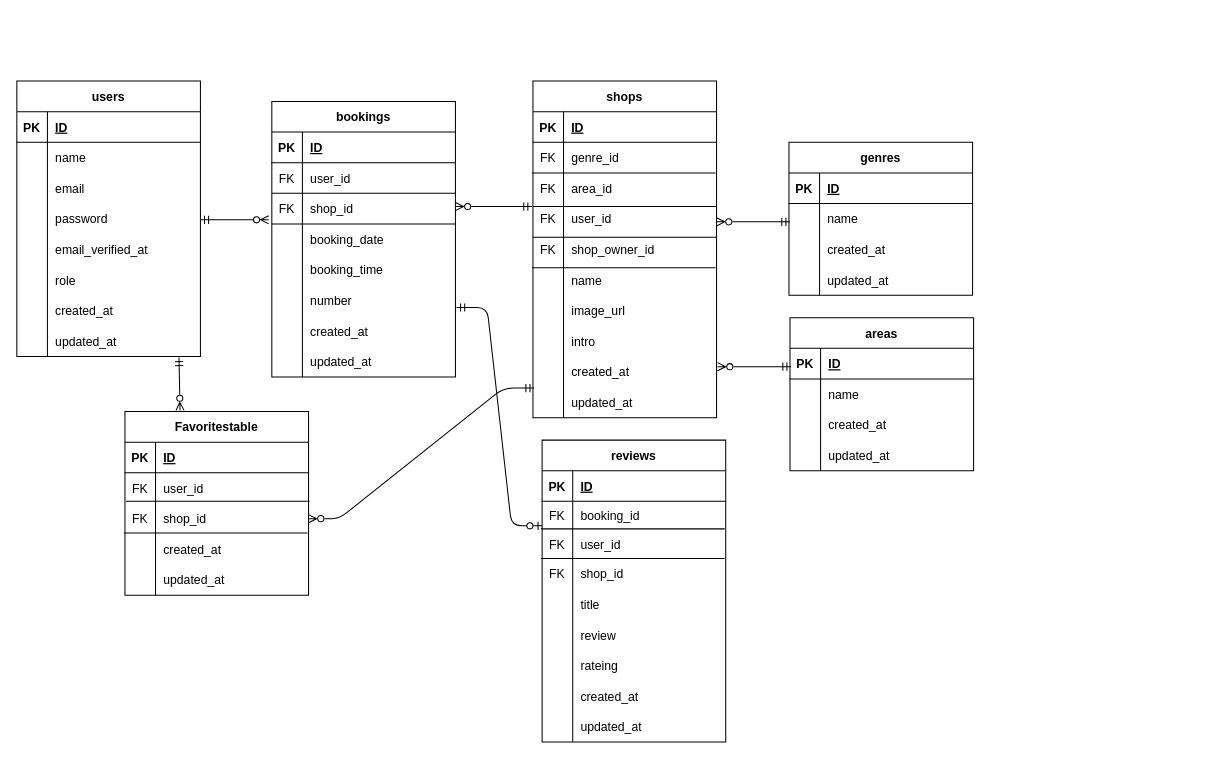
Otsumu/Diningnavi keeps this draw.io diagram as ER.drawio. Above is the earlier version. Source tidied: cells renumbered, new cells numbered last; positions are measured from the earlier drawing's top-left corner, leaving out a move shared by most shapes. Both pictures are drawn from the tidied source at 102%, with x=0, y=0 at pixel (16, 81).
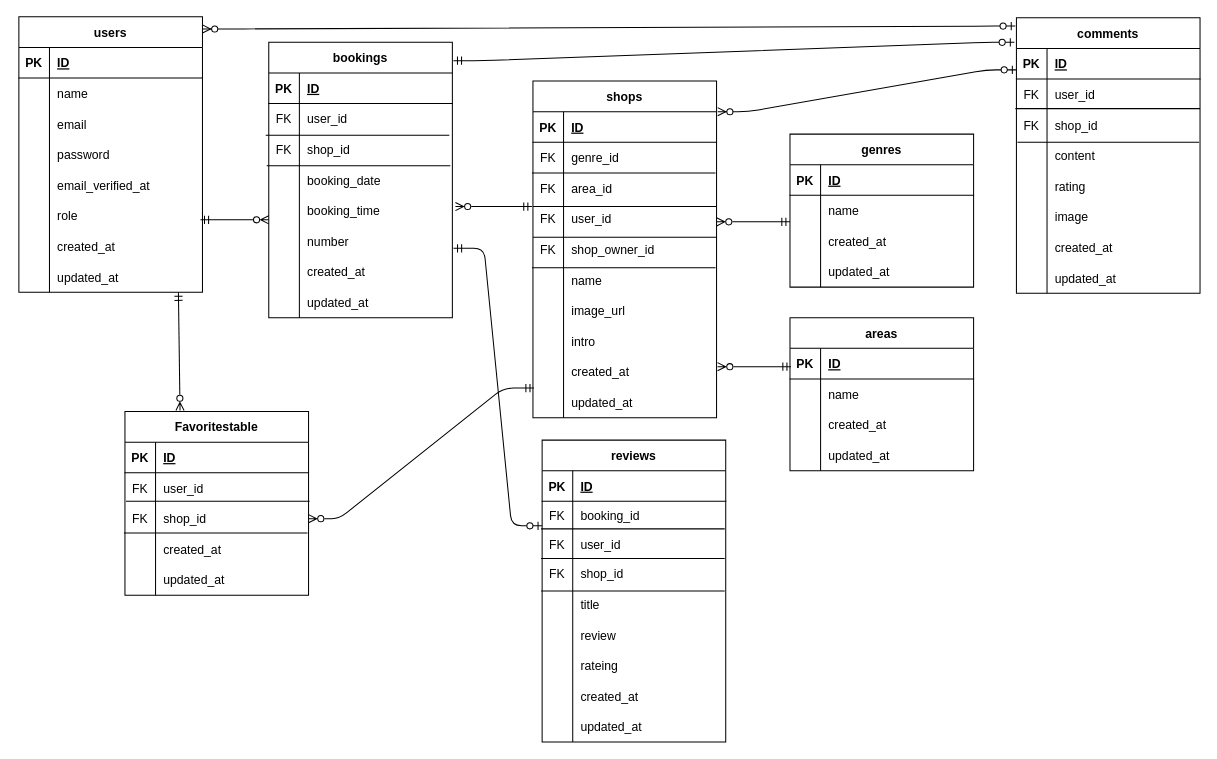
After the change.

The change refers to these unchanged cells:
```xml
<mxCell id="24" style="shape=tableRow;horizontal=0;startSize=0;swimlaneHead=0;swimlaneBody=0;fillColor=none;points=[[0,0.5],[1,0.5]];portConstraint=eastwest;top=0;left=0;right=0;bottom=0;rounded=0;" parent="2" vertex="1">
  <mxGeometry y="240" width="180" height="30" as="geometry" />
</mxCell>
<mxCell id="27" value="shops" style="shape=table;startSize=30;childLayout=tableLayout;rowLines=0;fontStyle=1;align=center;rounded=0;" parent="1" vertex="1">
  <mxGeometry x="506" width="180" height="330" as="geometry" />
</mxCell>
<mxCell id="65" style="shape=tableRow;horizontal=0;startSize=0;swimlaneHead=0;swimlaneBody=0;fillColor=none;points=[[0,0.5],[1,0.5]];portConstraint=eastwest;top=0;left=0;right=0;bottom=0;rounded=0;" parent="58" vertex="1">
  <mxGeometry y="90" width="180" height="30" as="geometry" />
</mxCell>
<mxCell id="112" value="Favoritestable" style="shape=table;startSize=30;childLayout=tableLayout;rowLines=0;fontStyle=1;align=center;rounded=0;" parent="1" vertex="1">
  <mxGeometry x="106" y="324" width="180" height="180" as="geometry" />
</mxCell>
```

Diff of the diagram source:
```diff
@@
     <mxCell id="2" value="users" style="shape=table;startSize=30;childLayout=tableLayout;rowLines=0;fontStyle=1;align=center;rounded=0;" parent="1" vertex="1">
-      <mxGeometry width="180" height="270" as="geometry" />
+      <mxGeometry x="2" y="-63" width="180" height="270" as="geometry" />
     </mxCell>
@@
     <mxCell id="58" value="bookings" style="shape=table;startSize=30;childLayout=tableLayout;rowLines=0;fontStyle=1;align=center;rounded=0;" parent="1" vertex="1">
-      <mxGeometry x="250" y="20" width="180" height="270" as="geometry" />
+      <mxGeometry x="247" y="-38" width="180" height="270" as="geometry" />
     </mxCell>
@@
     <mxCell id="83" style="endArrow=none;html=1;rounded=0;" parent="1" edge="1">
       <mxGeometry relative="1" as="geometry">
-        <mxPoint x="250" y="110" as="sourcePoint" />
-        <mxPoint x="430" y="110" as="targetPoint" />
+        <mxPoint x="244" y="53" as="sourcePoint" />
+        <mxPoint x="424" y="53" as="targetPoint" />
       </mxGeometry>
     </mxCell>
-    <mxCell id="84" style="endArrow=none;html=1;rounded=0;" parent="1" edge="1" source="65">
-      <mxGeometry relative="1" as="geometry">
-        <mxPoint x="430" y="120" as="targetPoint" />
-      </mxGeometry>
-    </mxCell>
     <mxCell id="85" value="genres" style="shape=table;startSize=30;childLayout=tableLayout;rowLines=0;fontStyle=1;align=center;rounded=0;" parent="1" vertex="1">
-      <mxGeometry x="757" y="60" width="180" height="150" as="geometry" />
+      <mxGeometry x="758" y="52" width="180" height="150" as="geometry" />
     </mxCell>
@@
     <mxCell id="111" style="endArrow=none;html=1;rounded=0;" parent="1" edge="1">
       <mxGeometry relative="1" as="geometry">
-        <mxPoint x="250" y="140" as="sourcePoint" />
-        <mxPoint x="430" y="140" as="targetPoint" />
+        <mxPoint x="245" y="83" as="sourcePoint" />
+        <mxPoint x="425" y="83" as="targetPoint" />
       </mxGeometry>
     </mxCell>
@@
     <mxCell id="162" style="endArrow=ERzeroToMany;html=1;rounded=0;startArrow=ERmandOne;startFill=0;endFill=0;" parent="1" edge="1">
       <mxGeometry relative="1" as="geometry">
         <mxPoint x="180" y="136" as="sourcePoint" />
         <mxPoint x="247" y="136" as="targetPoint" />
+        <Array as="points">
+          <mxPoint x="221" y="136" />
+        </Array>
       </mxGeometry>
     </mxCell>
-    <mxCell id="163" style="endArrow=ERzeroToMany;html=1;rounded=0;entryX=0.3;entryY=-0.006;entryDx=0;entryDy=0;entryPerimeter=0;startArrow=ERmandOne;startFill=0;endFill=0;" parent="1" edge="1" target="112">
-      <mxGeometry relative="1" as="geometry">
-        <mxPoint x="159" y="271" as="sourcePoint" />
-      </mxGeometry>
+    <mxCell id="163" style="endArrow=ERzeroToMany;html=1;rounded=0;entryX=0.3;entryY=-0.006;entryDx=0;entryDy=0;entryPerimeter=0;startArrow=ERmandOne;startFill=0;endFill=0;exitX=0.869;exitY=1;exitDx=0;exitDy=0;exitPerimeter=0;" parent="1" edge="1" source="24" target="112">
+      <mxGeometry relative="1" as="geometry" />
     </mxCell>
@@
+    <mxCell id="171" value="comments" style="shape=table;startSize=30;childLayout=tableLayout;rowLines=0;fontStyle=1;align=center;rounded=0;" parent="1" vertex="1">
+      <mxGeometry x="980" y="-62" width="180" height="270" as="geometry" />
+    </mxCell>
+    <mxCell id="172" style="shape=tableRow;horizontal=0;startSize=0;swimlaneHead=0;swimlaneBody=0;fillColor=none;points=[[0,0.5],[1,0.5]];portConstraint=eastwest;top=0;left=0;right=0;bottom=1;rounded=0;" parent="171" vertex="1">
+      <mxGeometry y="30" width="180" height="30" as="geometry" />
+    </mxCell>
+    <mxCell id="173" value="PK" style="shape=partialRectangle;fillColor=none;top=0;left=0;bottom=0;right=0;fontStyle=1;overflow=hidden;rounded=0;" parent="172" vertex="1">
+      <mxGeometry width="30" height="30" as="geometry" />
+    </mxCell>
+    <mxCell id="174" value="ID" style="shape=partialRectangle;fillColor=none;top=0;left=0;bottom=0;right=0;align=left;spacingLeft=6;fontStyle=5;overflow=hidden;rounded=0;" parent="172" vertex="1">
+      <mxGeometry x="30" width="150" height="30" as="geometry" />
+    </mxCell>
+    <mxCell id="175" style="shape=tableRow;horizontal=0;startSize=0;swimlaneHead=0;swimlaneBody=0;fillColor=none;top=0;left=0;right=0;bottom=0;rounded=0;" parent="171" vertex="1">
+      <mxGeometry y="60" width="180" height="30" as="geometry" />
+    </mxCell>
+    <mxCell id="176" value="FK" style="shape=partialRectangle;fillColor=none;top=0;left=0;bottom=0;right=0;overflow=hidden;rounded=0;" parent="175" vertex="1">
+      <mxGeometry width="30" height="30" as="geometry" />
+    </mxCell>
+    <mxCell id="177" value="user_id" style="shape=partialRectangle;fillColor=none;top=0;left=0;bottom=0;right=0;align=left;spacingLeft=6;overflow=hidden;rounded=0;" parent="175" vertex="1">
+      <mxGeometry x="30" width="150" height="30" as="geometry" />
+    </mxCell>
+    <mxCell id="178" style="shape=tableRow;horizontal=0;startSize=0;swimlaneHead=0;swimlaneBody=0;fillColor=none;top=0;left=0;right=0;bottom=0;rounded=0;" parent="171" vertex="1">
+      <mxGeometry y="90" width="180" height="30" as="geometry" />
+    </mxCell>
+    <mxCell id="179" value="FK" style="shape=partialRectangle;fillColor=none;top=0;left=0;bottom=0;right=0;overflow=hidden;rounded=0;" parent="178" vertex="1">
+      <mxGeometry width="30" height="30" as="geometry" />
+    </mxCell>
+    <mxCell id="180" value="shop_id" style="shape=partialRectangle;fillColor=none;top=0;left=0;bottom=0;right=0;align=left;spacingLeft=6;overflow=hidden;rounded=0;" parent="178" vertex="1">
+      <mxGeometry x="30" width="150" height="30" as="geometry" />
+    </mxCell>
+    <mxCell id="181" style="shape=tableRow;horizontal=0;startSize=0;swimlaneHead=0;swimlaneBody=0;fillColor=none;top=0;left=0;right=0;bottom=0;rounded=0;" parent="171" vertex="1">
+      <mxGeometry y="120" width="180" height="30" as="geometry" />
+    </mxCell>
+    <mxCell id="182" style="shape=partialRectangle;fillColor=none;top=0;left=0;bottom=0;right=0;overflow=hidden;rounded=0;" parent="181" vertex="1">
+      <mxGeometry width="30" height="30" as="geometry" />
+    </mxCell>
+    <mxCell id="183" value="content" style="shape=partialRectangle;fillColor=none;top=0;left=0;bottom=0;right=0;align=left;spacingLeft=6;overflow=hidden;rounded=0;" parent="181" vertex="1">
+      <mxGeometry x="30" width="150" height="30" as="geometry" />
+    </mxCell>
+    <mxCell id="184" style="shape=tableRow;horizontal=0;startSize=0;swimlaneHead=0;swimlaneBody=0;fillColor=none;top=0;left=0;right=0;bottom=0;rounded=0;" parent="171" vertex="1">
+      <mxGeometry y="150" width="180" height="30" as="geometry" />
+    </mxCell>
+    <mxCell id="185" style="shape=partialRectangle;fillColor=none;top=0;left=0;bottom=0;right=0;overflow=hidden;rounded=0;" parent="184" vertex="1">
+      <mxGeometry width="30" height="30" as="geometry" />
+    </mxCell>
+    <mxCell id="186" value="rating" style="shape=partialRectangle;fillColor=none;top=0;left=0;bottom=0;right=0;align=left;spacingLeft=6;overflow=hidden;rounded=0;" parent="184" vertex="1">
+      <mxGeometry x="30" width="150" height="30" as="geometry" />
+    </mxCell>
+    <mxCell id="187" style="shape=tableRow;horizontal=0;startSize=0;swimlaneHead=0;swimlaneBody=0;fillColor=none;top=0;left=0;right=0;bottom=0;rounded=0;" parent="171" vertex="1">
+      <mxGeometry y="180" width="180" height="30" as="geometry" />
+    </mxCell>
+    <mxCell id="188" style="shape=partialRectangle;fillColor=none;top=0;left=0;bottom=0;right=0;overflow=hidden;rounded=0;" parent="187" vertex="1">
+      <mxGeometry width="30" height="30" as="geometry" />
+    </mxCell>
+    <mxCell id="189" value="image" style="shape=partialRectangle;fillColor=none;top=0;left=0;bottom=0;right=0;align=left;spacingLeft=6;overflow=hidden;rounded=0;" parent="187" vertex="1">
+      <mxGeometry x="30" width="150" height="30" as="geometry" />
+    </mxCell>
+    <mxCell id="190" style="shape=tableRow;horizontal=0;startSize=0;swimlaneHead=0;swimlaneBody=0;fillColor=none;top=0;left=0;right=0;bottom=0;rounded=0;" parent="171" vertex="1">
+      <mxGeometry y="210" width="180" height="30" as="geometry" />
+    </mxCell>
+    <mxCell id="191" style="shape=partialRectangle;fillColor=none;top=0;left=0;bottom=0;right=0;overflow=hidden;rounded=0;" parent="190" vertex="1">
+      <mxGeometry width="30" height="30" as="geometry" />
+    </mxCell>
+    <mxCell id="192" value="created_at" style="shape=partialRectangle;fillColor=none;top=0;left=0;bottom=0;right=0;align=left;spacingLeft=6;overflow=hidden;rounded=0;" parent="190" vertex="1">
+      <mxGeometry x="30" width="150" height="30" as="geometry" />
+    </mxCell>
+    <mxCell id="193" style="shape=tableRow;horizontal=0;startSize=0;swimlaneHead=0;swimlaneBody=0;fillColor=none;top=0;left=0;right=0;bottom=0;rounded=0;" parent="171" vertex="1">
+      <mxGeometry y="240" width="180" height="30" as="geometry" />
+    </mxCell>
+    <mxCell id="194" style="shape=partialRectangle;fillColor=none;top=0;left=0;bottom=0;right=0;overflow=hidden;rounded=0;" parent="193" vertex="1">
+      <mxGeometry width="30" height="30" as="geometry" />
+    </mxCell>
+    <mxCell id="195" value="updated_at" style="shape=partialRectangle;fillColor=none;top=0;left=0;bottom=0;right=0;align=left;spacingLeft=6;overflow=hidden;rounded=0;" parent="193" vertex="1">
+      <mxGeometry x="30" width="150" height="30" as="geometry" />
+    </mxCell>
+    <mxCell id="196" style="line;strokeWidth=1;dashed=0;labelPosition=right;align=left;verticalAlign=middle;spacingTop=0;spacingLeft=6;" parent="1" vertex="1">
+      <mxGeometry x="979" y="22" width="181" height="10" as="geometry" />
+    </mxCell>
+    <mxCell id="197" style="line;strokeWidth=1;dashed=0;labelPosition=right;align=left;verticalAlign=middle;spacingTop=0;spacingLeft=6;" parent="1" vertex="1">
+      <mxGeometry x="981" y="55" width="178" height="10" as="geometry" />
+    </mxCell>
+    <mxCell id="198" style="edgeStyle=entityRelationEdgeStyle;fontSize=12;html=1;endArrow=ERzeroToMany;startArrow=ERzeroToOne;entryX=1;entryY=0.044;entryDx=0;entryDy=0;entryPerimeter=0;exitX=-0.006;exitY=0.03;exitDx=0;exitDy=0;exitPerimeter=0;" parent="1" edge="1" source="171" target="2">
+      <mxGeometry relative="1" as="geometry" />
+    </mxCell>
+    <mxCell id="199" style="edgeStyle=entityRelationEdgeStyle;fontSize=12;html=1;endArrow=ERzeroToMany;startArrow=ERzeroToOne;entryX=1.006;entryY=0.091;entryDx=0;entryDy=0;entryPerimeter=0;exitX=0;exitY=0.7;exitDx=0;exitDy=0;exitPerimeter=0;" parent="1" edge="1" source="172" target="27">
+      <mxGeometry relative="1" as="geometry" />
+    </mxCell>
+    <mxCell id="200" style="endArrow=none;html=1;rounded=0;" parent="1" edge="1">
+      <mxGeometry relative="1" as="geometry">
+        <mxPoint x="514" y="500" as="sourcePoint" />
+        <mxPoint x="694" y="500" as="targetPoint" />
+      </mxGeometry>
+    </mxCell>
+    <mxCell id="201" style="edgeStyle=entityRelationEdgeStyle;fontSize=12;html=1;endArrow=ERzeroToOne;startArrow=ERmandOne;" parent="1" edge="1">
+      <mxGeometry relative="1" as="geometry">
+        <mxPoint x="428" y="-20" as="sourcePoint" />
+        <mxPoint x="978" y="-38" as="targetPoint" />
+      </mxGeometry>
+    </mxCell>
```
